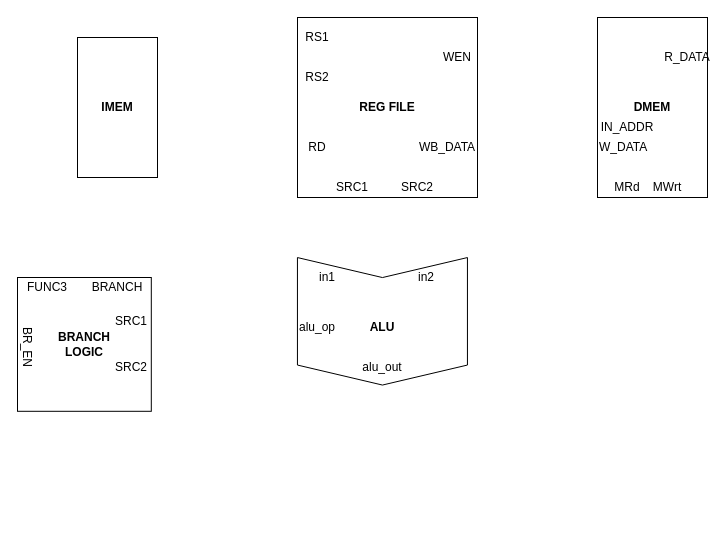
Before: Datapath.drawio in SachiniW/RISC-V_Processor, a draw.io diagram. Source tidied: cells renumbered, new cells numbered last; positions are measured from the earlier drawing's top-left corner, leaving out a move shared by most shapes. Both pictures are drawn from the tidied source at 100%, with x=0, y=0 at pixel (7, 17).
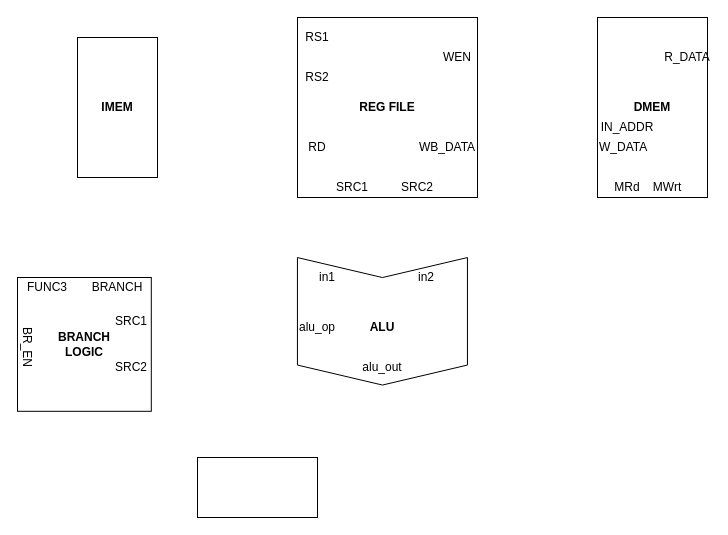
The same page after the edit.

What changed in the source:
```diff
@@
+    <mxCell id="31" style="rounded=0;whiteSpace=wrap;html=1;" parent="1" vertex="1">
+      <mxGeometry x="190" y="440" width="120" height="60" as="geometry" />
+    </mxCell>
```
